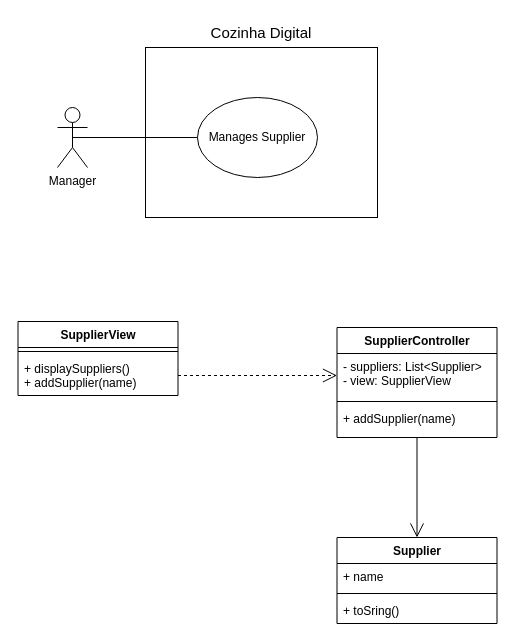
Weverton-Vitor/cozinha-core keeps this draw.io diagram as page "Caso-de-uso" (1 of 2) of docs/casos-de-uso-cozinha.drawio. Above is the earlier version. Source tidied: cells renumbered, new cells numbered last; positions are measured from the earlier drawing's top-left corner, leaving out a move shared by most shapes. Both pictures are drawn from the tidied source at 100%, with x=0, y=0 at pixel (17, 17).
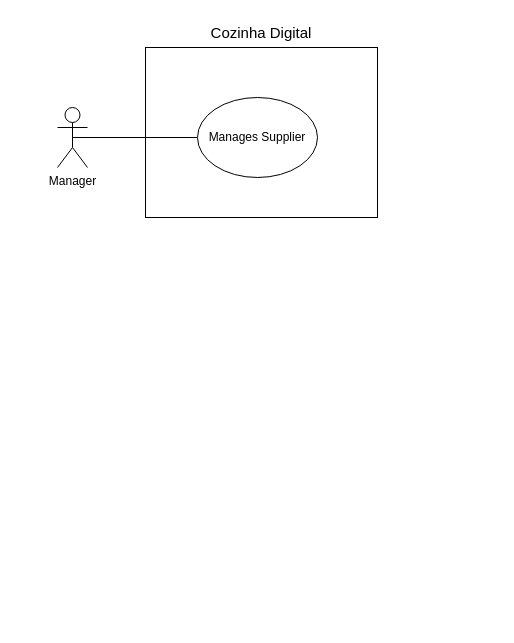
After the change.

The edit, as a diff of the source:
```diff
@@
 <mxGraphModel>
   <root>
     <mxCell id="0" />
     <mxCell id="1" parent="0" />
     <mxCell id="2" style="rounded=0;whiteSpace=wrap;html=1;" parent="1" vertex="1">
       <mxGeometry x="128" y="30" width="232" height="170" as="geometry" />
     </mxCell>
     <mxCell id="3" value="Cozinha Digital" style="text;html=1;align=center;verticalAlign=middle;whiteSpace=wrap;rounded=0;fontSize=15;" parent="1" vertex="1">
       <mxGeometry x="149" width="190" height="30" as="geometry" />
     </mxCell>
     <mxCell id="4" style="rounded=0;jettySize=auto;html=1;exitX=0.5;exitY=0.5;exitDx=0;exitDy=0;exitPerimeter=0;endArrow=none;startFill=0;" parent="1" edge="1" source="5" target="6">
       <mxGeometry relative="1" as="geometry" />
     </mxCell>
     <mxCell id="5" value="Manager" style="shape=umlActor;verticalLabelPosition=bottom;verticalAlign=top;html=1;outlineConnect=0;" parent="1" vertex="1">
       <mxGeometry x="40" y="90" width="30" height="60" as="geometry" />
     </mxCell>
     <mxCell id="6" value="Manages Supplier" style="ellipse;whiteSpace=wrap;html=1;" parent="1" vertex="1">
       <mxGeometry x="180" y="80" width="120" height="80" as="geometry" />
     </mxCell>
-    <mxCell id="7" value="&lt;b&gt;SupplierView&lt;/b&gt;" style="swimlane;fontStyle=1;align=center;verticalAlign=top;horizontal=1;startSize=26;whiteSpace=wrap;html=1;" parent="1" vertex="1">
-      <mxGeometry x="0.5" y="304" width="160" height="74" as="geometry" />
-    </mxCell>
-    <mxCell id="8" style="line;strokeWidth=1;fillColor=none;align=left;verticalAlign=middle;spacingTop=-1;spacingLeft=3;spacingRight=3;labelPosition=right;strokeColor=inherit;" parent="7" vertex="1">
-      <mxGeometry y="26" width="160" height="8" as="geometry" />
-    </mxCell>
-    <mxCell id="9" value="+ displaySuppliers()&lt;div&gt;+ addSupplier(name)&lt;/div&gt;" style="text;strokeColor=none;fillColor=none;align=left;verticalAlign=top;spacingLeft=4;spacingRight=4;overflow=hidden;points=[[0,0.5],[1,0.5]];portConstraint=eastwest;whiteSpace=wrap;html=1;" parent="7" vertex="1">
-      <mxGeometry y="34" width="160" height="40" as="geometry" />
-    </mxCell>
-    <mxCell id="10" style="edgeStyle=orthogonalEdgeStyle;rounded=0;jettySize=auto;html=1;entryX=0.5;entryY=0;entryDx=0;entryDy=0;endSize=12;endArrow=open;endFill=0;" parent="1" edge="1" source="11" target="15">
-      <mxGeometry relative="1" as="geometry" />
-    </mxCell>
-    <mxCell id="11" value="&lt;b&gt;SupplierController&lt;/b&gt;" style="swimlane;fontStyle=1;align=center;verticalAlign=top;horizontal=1;startSize=26;whiteSpace=wrap;html=1;" parent="1" vertex="1">
-      <mxGeometry x="319.5" y="310" width="160" height="110" as="geometry" />
-    </mxCell>
-    <mxCell id="12" value="- suppliers: List&amp;lt;Supplier&amp;gt;&lt;div&gt;- view: SupplierView&lt;/div&gt;" style="text;strokeColor=none;fillColor=none;align=left;verticalAlign=top;spacingLeft=4;spacingRight=4;overflow=hidden;points=[[0,0.5],[1,0.5]];portConstraint=eastwest;whiteSpace=wrap;html=1;" parent="11" vertex="1">
-      <mxGeometry y="26" width="160" height="44" as="geometry" />
-    </mxCell>
-    <mxCell id="13" style="line;strokeWidth=1;fillColor=none;align=left;verticalAlign=middle;spacingTop=-1;spacingLeft=3;spacingRight=3;labelPosition=right;strokeColor=inherit;" parent="11" vertex="1">
-      <mxGeometry y="70" width="160" height="8" as="geometry" />
-    </mxCell>
-    <mxCell id="14" value="+ addSupplier(name)" style="text;strokeColor=none;fillColor=none;align=left;verticalAlign=top;spacingLeft=4;spacingRight=4;overflow=hidden;whiteSpace=wrap;html=1;" parent="11" vertex="1">
-      <mxGeometry y="78" width="160" height="32" as="geometry" />
-    </mxCell>
-    <mxCell id="15" value="&lt;b&gt;Supplier&lt;/b&gt;" style="swimlane;fontStyle=1;align=center;verticalAlign=top;horizontal=1;startSize=26;whiteSpace=wrap;html=1;" parent="1" vertex="1">
-      <mxGeometry x="319.5" y="520" width="160" height="86" as="geometry" />
-    </mxCell>
-    <mxCell id="16" value="+ name" style="text;strokeColor=none;fillColor=none;align=left;verticalAlign=top;spacingLeft=4;spacingRight=4;overflow=hidden;whiteSpace=wrap;html=1;" parent="15" vertex="1">
-      <mxGeometry y="26" width="160" height="26" as="geometry" />
-    </mxCell>
-    <mxCell id="17" style="line;strokeWidth=1;fillColor=none;align=left;verticalAlign=middle;spacingTop=-1;spacingLeft=3;spacingRight=3;labelPosition=right;strokeColor=inherit;" parent="15" vertex="1">
-      <mxGeometry y="52" width="160" height="8" as="geometry" />
-    </mxCell>
-    <mxCell id="18" value="+ toSring()" style="text;strokeColor=none;fillColor=none;align=left;verticalAlign=top;spacingLeft=4;spacingRight=4;overflow=hidden;whiteSpace=wrap;html=1;" parent="15" vertex="1">
-      <mxGeometry y="60" width="160" height="26" as="geometry" />
-    </mxCell>
-    <mxCell id="19" style="edgeStyle=orthogonalEdgeStyle;rounded=0;jettySize=auto;html=1;entryX=0;entryY=0.5;entryDx=0;entryDy=0;endArrow=open;endFill=0;dashed=1;strokeWidth=1;endSize=12;exitX=1;exitY=0.5;exitDx=0;exitDy=0;" parent="1" edge="1" source="9" target="12">
-      <mxGeometry relative="1" as="geometry" />
-    </mxCell>
   </root>
 </mxGraphModel>
```
